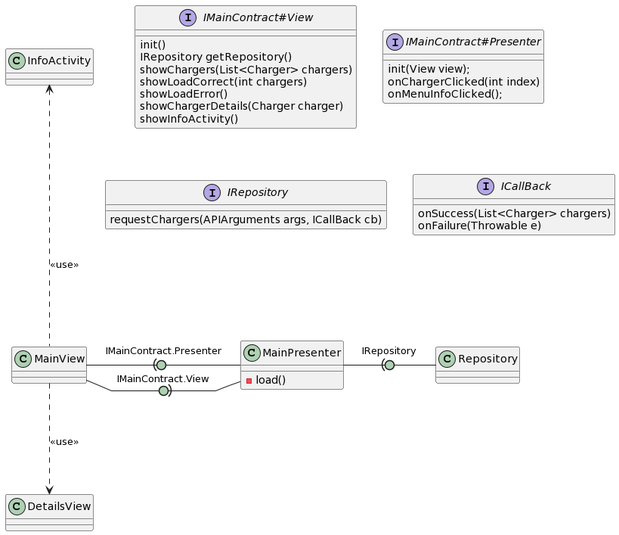
The PlantUML diagram Docs/Models/Arquitectura.png in isunican/App-CarChargers-Grupo3, before a commit.
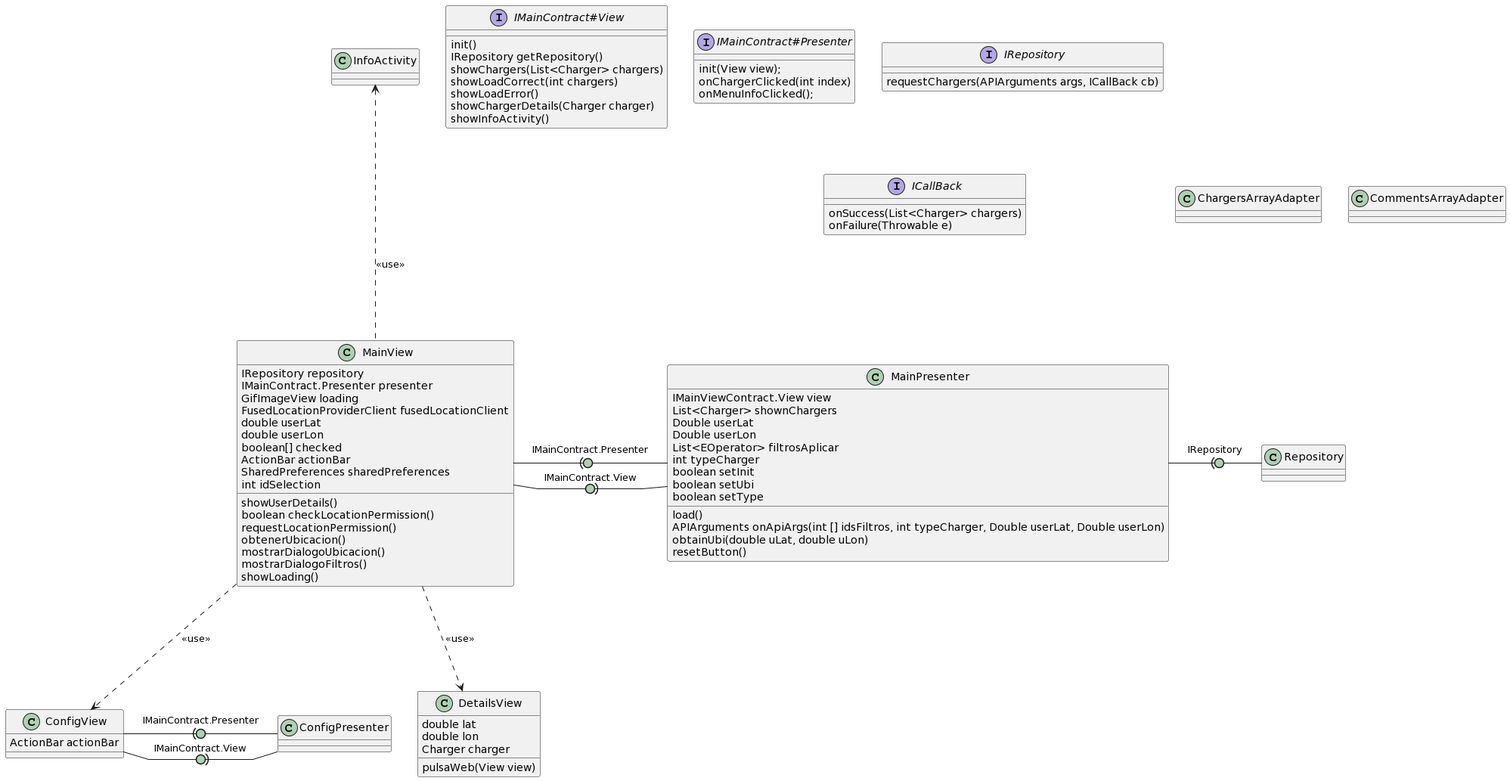
After the change.

Commit message:
Actualizacion del modelo de arquitectura

What changed in the source:
```diff
@@ -6,15 +6,69 @@
 MainView -right0)- MainPresenter : IMainContract.View
 MainView -up..-> InfoActivity : <<use>>
 MainView -down..> DetailsView : <<use>>
+MainView -down..> ConfigView : <<use>>
+ConfigView -right(0- ConfigPresenter : IMainContract.Presenter
+ConfigView -right0)- ConfigPresenter : IMainContract.View
+
 MainPresenter -right(0- Repository : IRepository
-
-MainPresenter : -load()
 
 together {
   interface IMainContract#View
   interface IMainContract#Presenter
   interface IRepository
   interface ICallBack
+}
+
+class MainPresenter {
+   IMainViewContract.View view
+   List<Charger> shownChargers
+   Double userLat
+   Double userLon
+   List<EOperator> filtrosAplicar
+   int typeCharger
+   boolean setInit
+   boolean setUbi
+   boolean setType
+   load()
+   APIArguments onApiArgs(int [] idsFiltros, int typeCharger, Double userLat, Double userLon)
+   obtainUbi(double uLat, double uLon)
+   resetButton()
+}
+
+class MainView {
+   IRepository repository
+   IMainContract.Presenter presenter
+   GifImageView loading
+   FusedLocationProviderClient fusedLocationClient
+   double userLat
+   double userLon
+   boolean[] checked
+   ActionBar actionBar
+   SharedPreferences sharedPreferences
+   int idSelection
+   showUserDetails()
+   boolean checkLocationPermission()
+   requestLocationPermission()
+   obtenerUbicacion()
+   mostrarDialogoUbicacion()
+   mostrarDialogoFiltros()
+   showLoading()
+}
+
+class ChargersArrayAdapter {
+
+}
+
+class CommentsArrayAdapter {}
+
+class ConfigView {
+   ActionBar actionBar
+}
+class DetailsView {
+   double lat
+   double lon
+   Charger charger
+   pulsaWeb(View view)
 }
 
 interface IMainContract#View {
```
